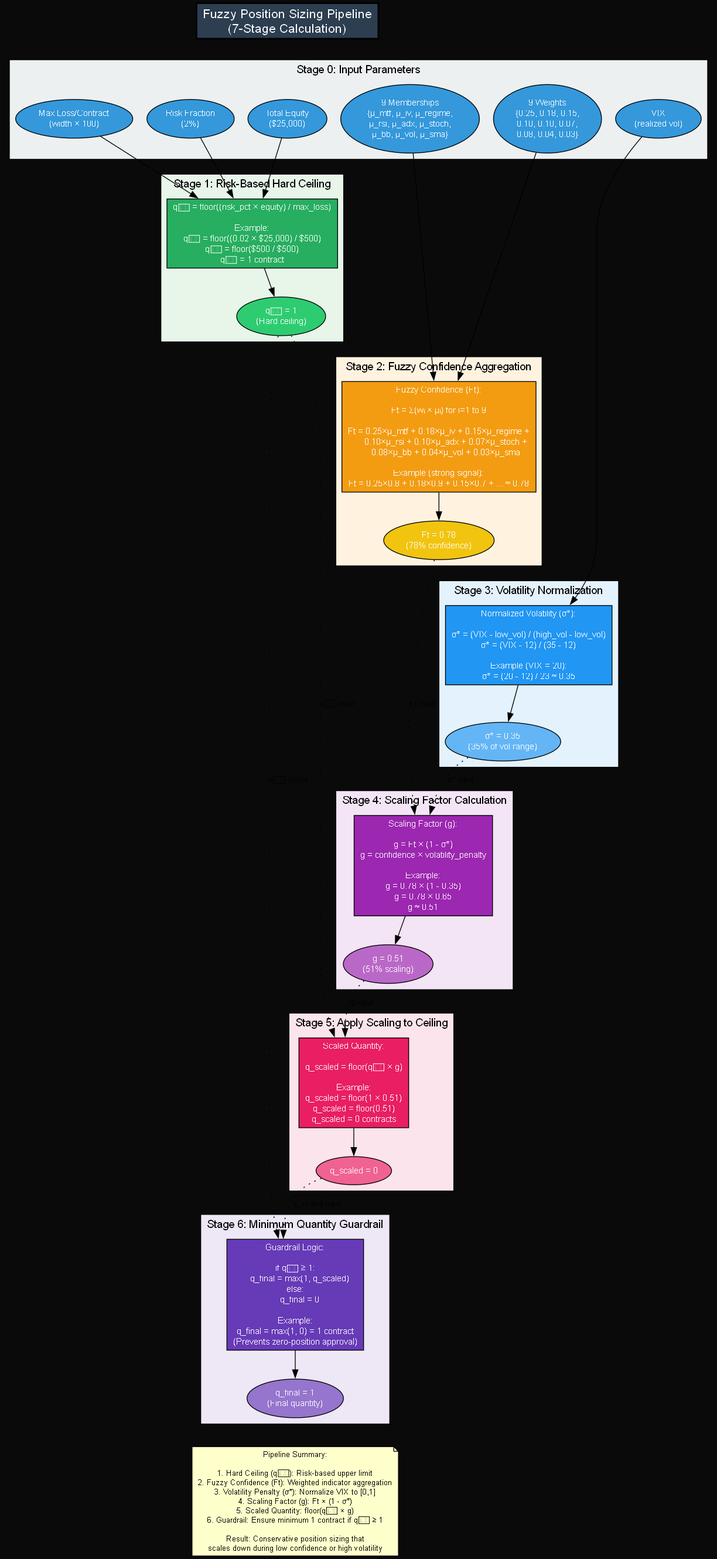
The Graphviz diagram docs/architecture/position_sizing.png in trextrader/spy-iron-condor-trading, before a commit. Its source is kept beside it as docs/architecture/position_sizing.dot. Its diagram source:
```dot
digraph PositionSizing {
      rankdir=TB;
      bgcolor="#0a0a0a";
      fontname="Arial";
      fontsize=14;

      node [fontname="Arial", fontsize=11, style=filled];
      edge [fontname="Arial", fontsize=10];

      title [label="Fuzzy Position Sizing Pipeline\n(7-Stage Calculation)",
             shape=box, fillcolor="#2c3e50", fontcolor=white, fontsize=16, style="filled,bold"];

      subgraph cluster_inputs {
          label="Stage 0: Input Parameters";
          style=filled;
          fillcolor="#ecf0f1";

          input_equity [label="Total Equity\n($25,000)", shape=oval, fillcolor="#3498db", fontcolor=white];
          input_max_loss [label="Max Loss/Contract\n(width × 100)", shape=oval, fillcolor="#3498db", fontcolor=white];
          input_risk_pct [label="Risk Fraction\n(2%)", shape=oval, fillcolor="#3498db", fontcolor=white];
          input_memberships [label="9 Memberships\n{μ_mtf, μ_iv, μ_regime,\nμ_rsi, μ_adx, μ_stoch,\nμ_bb, μ_vol, μ_sma}", shape=oval, fillcolor="#3498db", fontcolor=white];
          input_weights [label="9 Weights\n{0.25, 0.18, 0.15,\n0.10, 0.10, 0.07,\n0.08, 0.04, 0.03}", shape=oval, fillcolor="#3498db", fontcolor=white];
          input_vix [label="VIX\n(realized vol)", shape=oval, fillcolor="#3498db", fontcolor=white];
      }

      subgraph cluster_stage1 {
          label="Stage 1: Risk-Based Hard Ceiling";
          style=filled;
          fillcolor="#e8f5e9";

          calc_q0 [label="q₀ = floor((risk_pct × equity) / max_loss)\n\nExample:\nq₀ = floor((0.02 × $25,000) / $500)\nq₀ = floor($500 / $500)\nq₀ = 1 contract",
                   shape=box, fillcolor="#27ae60", fontcolor=white];

          output_q0 [label="q₀ = 1\n(Hard ceiling)", shape=oval, fillcolor="#2ecc71", fontcolor=white];

          calc_q0 -> output_q0;
      }

      subgraph cluster_stage2 {
          label="Stage 2: Fuzzy Confidence Aggregation";
          style=filled;
          fillcolor="#fff3e0";

          calc_ft [label="Fuzzy Confidence (Ft):\n\nFt = Σ(wᵢ × μᵢ) for i=1 to 9\n\nFt = 0.25×μ_mtf + 0.18×μ_iv + 0.15×μ_regime +\n      0.10×μ_rsi + 0.10×μ_adx + 0.07×μ_stoch +\n      0.08×μ_bb + 0.04×μ_vol + 0.03×μ_sma\n\nExample (strong signal):\nFt = 0.25×0.8 + 0.18×0.9 + 0.15×0.7 + ... ≈ 0.78",
                  shape=box, fillcolor="#f39c12", fontcolor=white];

          output_ft [label="Ft = 0.78\n(78% confidence)", shape=oval, fillcolor="#f1c40f", fontcolor=white];

          calc_ft -> output_ft;
      }

      subgraph cluster_stage3 {
          label="Stage 3: Volatility Normalization";
          style=filled;
          fillcolor="#e3f2fd";

          calc_sigma [label="Normalized Volatility (σ*):\n\nσ* = (VIX - low_vol) / (high_vol - low_vol)\nσ* = (VIX - 12) / (35 - 12)\n\nExample (VIX = 20):\nσ* = (20 - 12) / 23 ≈ 0.35",
                      shape=box, fillcolor="#2196f3", fontcolor=white];

          output_sigma [label="σ* = 0.35\n(35% of vol range)", shape=oval, fillcolor="#64b5f6", fontcolor=white];

          calc_sigma -> output_sigma;
      }

      subgraph cluster_stage4 {
          label="Stage 4: Scaling Factor Calculation";
          style=filled;
          fillcolor="#f3e5f5";

          calc_g [label="Scaling Factor (g):\n\ng = Ft × (1 - σ*)\ng = confidence × volatility_penalty\n\nExample:\ng = 0.78 × (1 - 0.35)\ng = 0.78 × 0.65\ng ≈ 0.51",
                  shape=box, fillcolor="#9c27b0", fontcolor=white];

          output_g [label="g = 0.51\n(51% scaling)", shape=oval, fillcolor="#ba68c8", fontcolor=white];

          calc_g -> output_g;
      }

      subgraph cluster_stage5 {
          label="Stage 5: Apply Scaling to Ceiling";
          style=filled;
          fillcolor="#fce4ec";

          calc_q_scaled [label="Scaled Quantity:\n\nq_scaled = floor(q₀ × g)\n\nExample:\nq_scaled = floor(1 × 0.51)\nq_scaled = floor(0.51)\nq_scaled = 0 contracts",
                         shape=box, fillcolor="#e91e63", fontcolor=white];

          output_q_scaled [label="q_scaled = 0", shape=oval, fillcolor="#f06292", fontcolor=white];

          calc_q_scaled -> output_q_scaled;
      }

      subgraph cluster_stage6 {
          label="Stage 6: Minimum Quantity Guardrail";
          style=filled;
          fillcolor="#ede7f6";

          calc_min [label="Guardrail Logic:\n\nif q₀ ≥ 1:\n    q_final = max(1, q_scaled)\nelse:\n    q_final = 0\n\nExample:\nq_final = max(1, 0) = 1 contract\n(Prevents zero-position approval)",
                    shape=box, fillcolor="#673ab7", fontcolor=white];

          output_final [label="q_final = 1\n(Final quantity)", shape=oval, fillcolor="#9575cd", fontcolor=white];

          calc_min -> output_final;
      }

      title -> input_equity [style=invis];

      input_equity -> calc_q0;
      input_max_loss -> calc_q0;
      input_risk_pct -> calc_q0;

      output_q0 -> calc_ft [style=invis];

      input_memberships -> calc_ft;
      input_weights -> calc_ft;

      output_ft -> calc_sigma [style=invis];

      input_vix -> calc_sigma;

      output_sigma -> calc_g [style=invis];
      output_ft -> calc_g [style=dotted, label="Ft input"];
      output_sigma -> calc_g [style=dotted, label="σ* input"];

      output_g -> calc_q_scaled [style=invis];
      output_q0 -> calc_q_scaled [style=dotted, label="q₀ input"];
      output_g -> calc_q_scaled [style=dotted, label="g input"];

      output_q_scaled -> calc_min [style=invis];
      output_q0 -> calc_min [style=dotted, label="q₀ check"];
      output_q_scaled -> calc_min [style=dotted, label="q_scaled input"];

      summary [label="Pipeline Summary:\n\n1. Hard Ceiling (q₀): Risk-based upper limit\n2. Fuzzy Confidence (Ft): Weighted indicator aggregation\n3. Volatility Penalty (σ*): Normalize VIX to [0,1]\n4. Scaling Factor (g): Ft × (1 - σ*)\n5. Scaled Quantity: floor(q₀ × g)\n6. Guardrail: Ensure minimum 1 contract if q₀ ≥ 1\n\nResult: Conservative position sizing that\nscales down during low confidence or high volatility",
               shape=note, fillcolor="#ffffcc", fontsize=10];

      output_final -> summary [style=invis];
  }
```
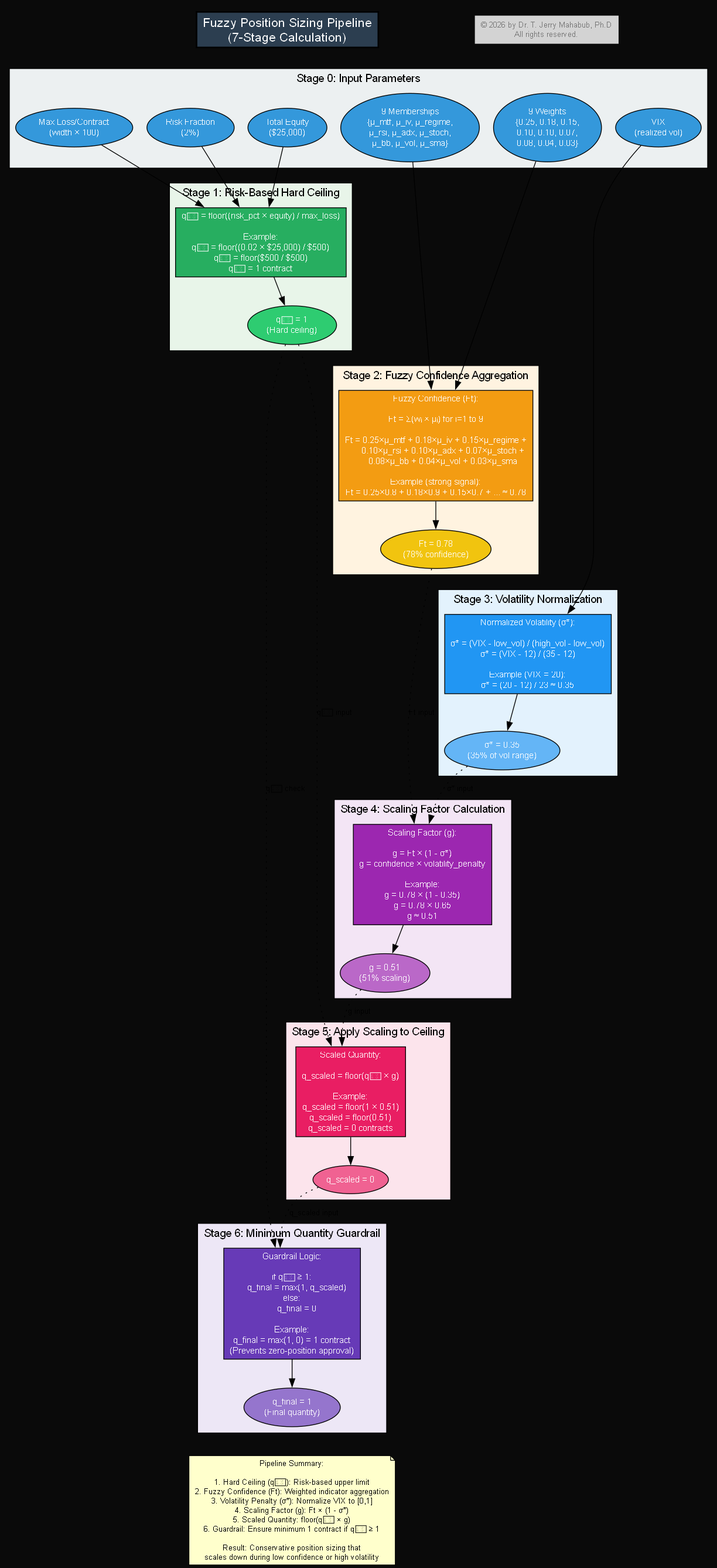
Later version of the same file.

The edit, as a diff of the source:
```diff
@@ -132,4 +132,12 @@
                shape=note, fillcolor="#ffffcc", fontsize=10];
 
       output_final -> summary [style=invis];
-  }
+
+    subgraph cluster_copyright {
+        style=invis;
+        rank=sink;
+        node [shape=plaintext, fontsize=10, fontcolor="#777777", fontname="Helvetica"];
+        copyright_note [label="© 2026 by Dr. T. Jerry Mahabub, Ph.D\nAll rights reserved."];
+    }
+
+}
```
